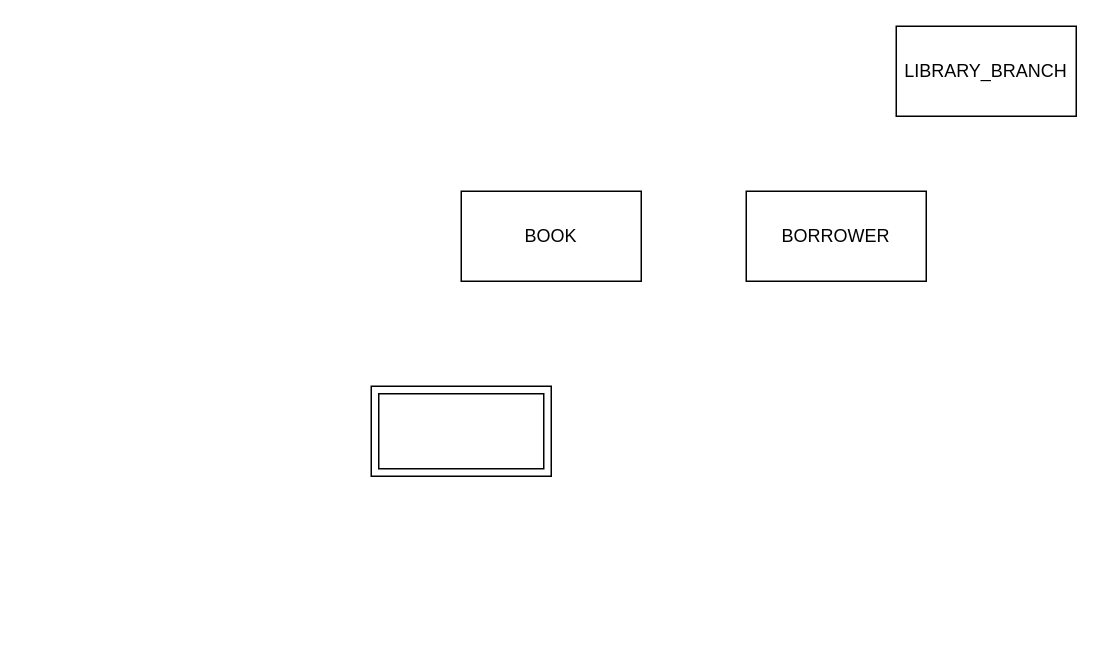
shivamdesai04/ENSF300 keeps this draw.io diagram as assignment3/Question3.drawio. Above is the earlier version. Source tidied: cells renumbered, new cells numbered last; positions are measured from the earlier drawing's top-left corner, leaving out a move shared by most shapes. Both pictures are drawn from the tidied source at 150%, with x=0, y=0 at pixel (370, 26).
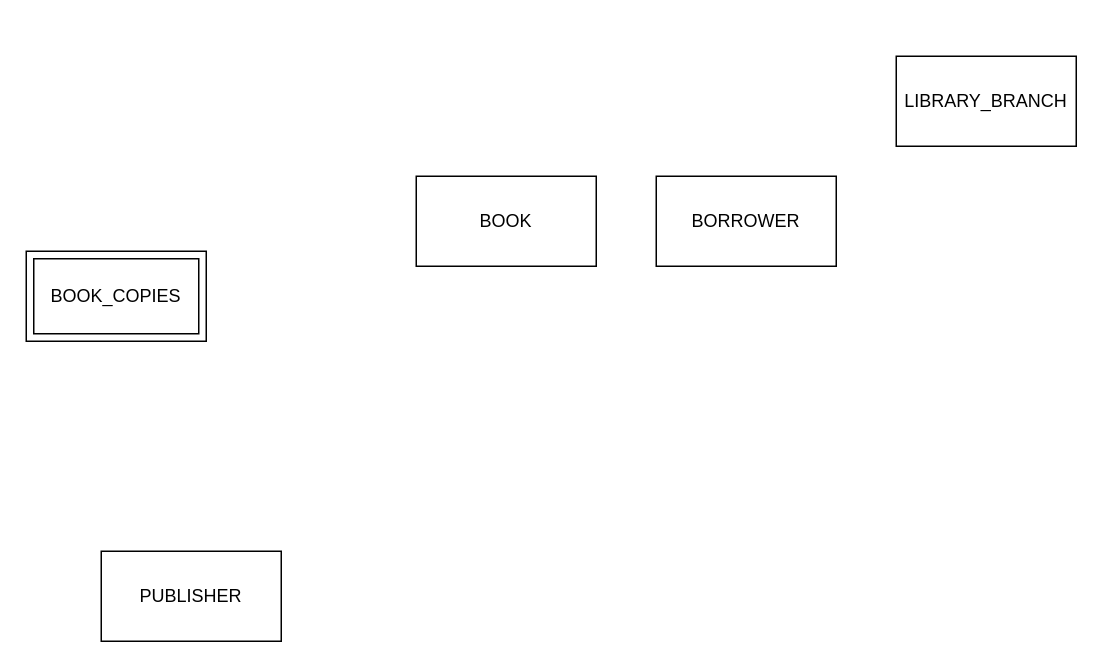
The same diagram, later.

Change to the diagram source:
```diff
@@
 <mxGraphModel>
   <root>
     <mxCell id="0" />
     <mxCell id="1" parent="0" />
     <mxCell id="2" value="BOOK" style="whiteSpace=wrap;html=1;" parent="1" vertex="1">
-      <mxGeometry x="60" y="110" width="120" height="60" as="geometry" />
+      <mxGeometry x="30" y="100" width="120" height="60" as="geometry" />
     </mxCell>
     <mxCell id="3" style="group;" parent="1" vertex="1">
-      <mxGeometry y="240" width="120" height="60" as="geometry" />
+      <mxGeometry x="-230" y="150" width="120" height="60" as="geometry" />
     </mxCell>
     <mxCell id="4" style="whiteSpace=wrap;html=1;" parent="3" vertex="1">
       <mxGeometry width="120" height="60" as="geometry" />
     </mxCell>
-    <mxCell id="5" style="whiteSpace=wrap;html=1;" parent="3" vertex="1">
+    <mxCell id="5" value="BOOK_COPIES" style="whiteSpace=wrap;html=1;" parent="3" vertex="1">
       <mxGeometry x="5" y="5" width="110" height="50" as="geometry" />
     </mxCell>
     <mxCell id="6" value="BORROWER" style="whiteSpace=wrap;html=1;" parent="1" vertex="1">
-      <mxGeometry x="250" y="110" width="120" height="60" as="geometry" />
+      <mxGeometry x="190" y="100" width="120" height="60" as="geometry" />
     </mxCell>
     <mxCell id="7" value="LIBRARY_BRANCH" style="whiteSpace=wrap;html=1;" parent="1" vertex="1">
-      <mxGeometry x="350" width="120" height="60" as="geometry" />
+      <mxGeometry x="350" y="20" width="120" height="60" as="geometry" />
     </mxCell>
+    <mxCell id="8" value="PUBLISHER" style="whiteSpace=wrap;html=1;" parent="1" vertex="1">
+      <mxGeometry x="-180" y="350" width="120" height="60" as="geometry" />
+    </mxCell>
   </root>
 </mxGraphModel>
```
